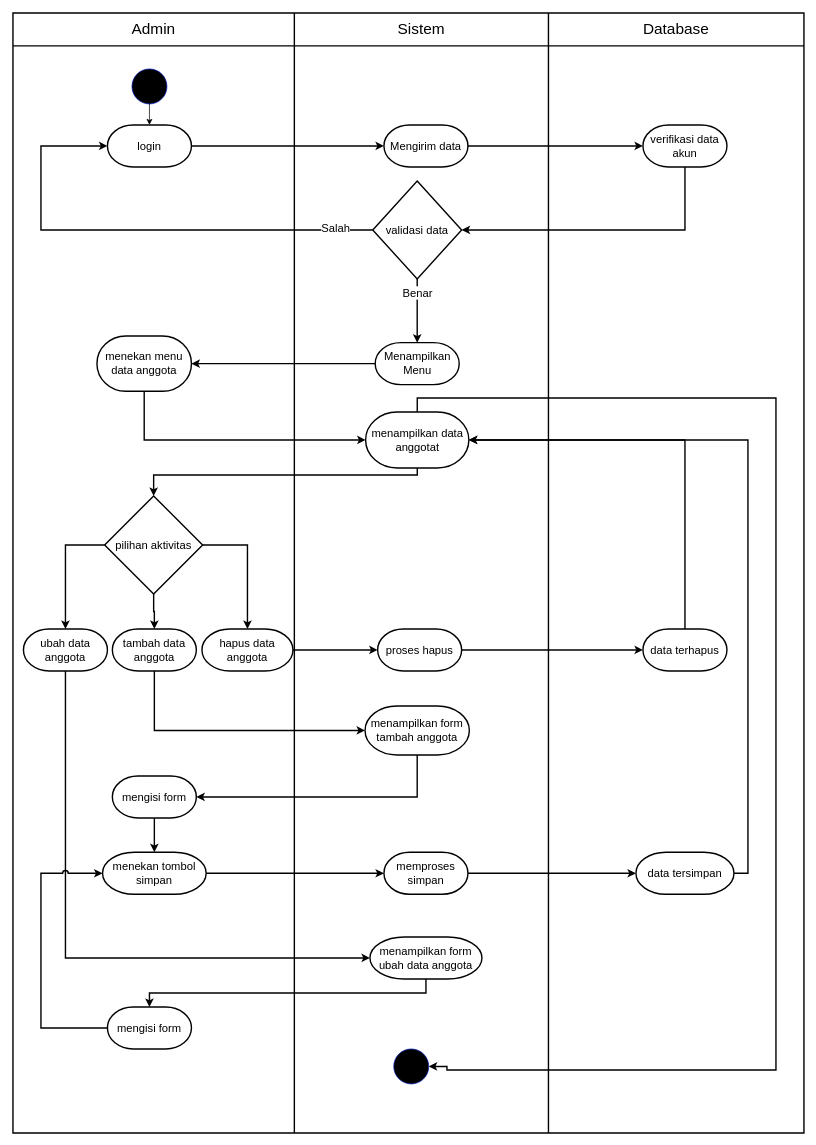
MHDHASBYNAZARUDIN/diagram keeps this draw.io diagram as Activity Diagram Data Laporan Admin.drawio. Above is the earlier version. Source tidied: cells renumbered, new cells numbered last; positions are measured from the earlier drawing's top-left corner, leaving out a move shared by most shapes. Both pictures are drawn from the tidied source at 70%, with x=0, y=0 at pixel (13, 13).
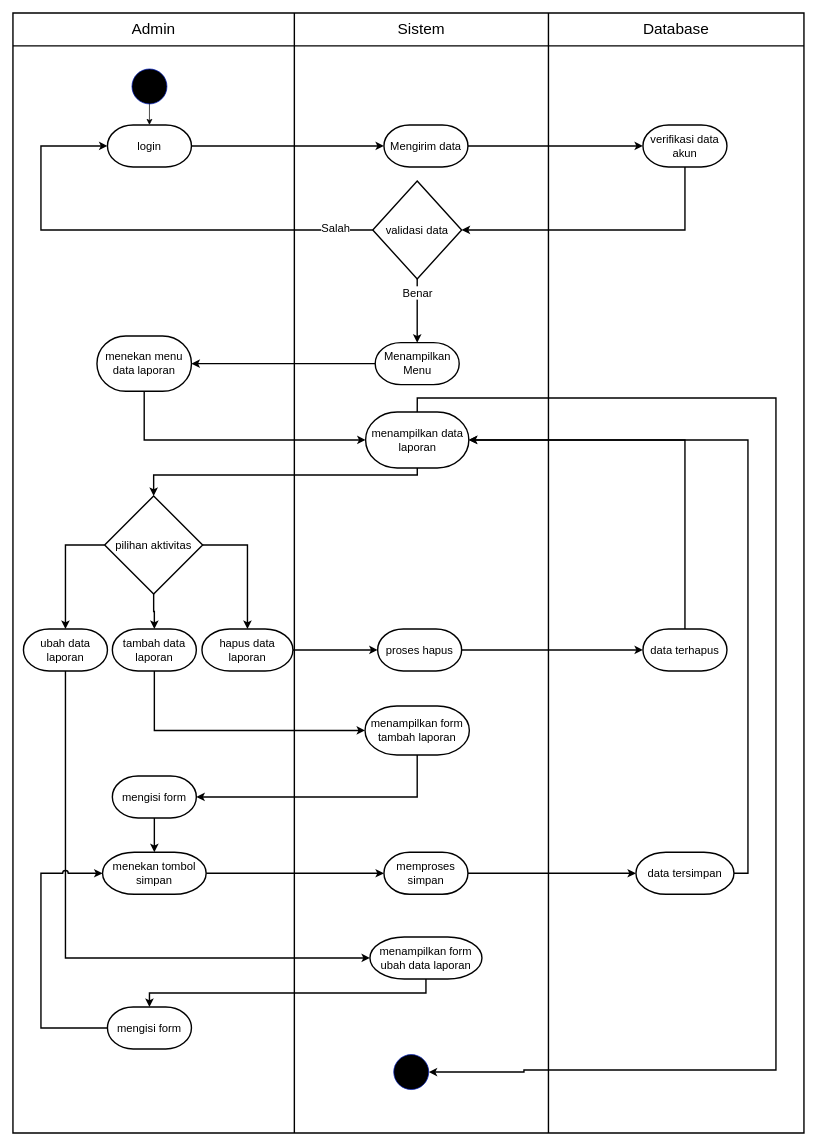
After the change.

The edit, as a diff of the source:
```diff
@@
-    <mxCell id="26" value="&lt;font style=&quot;font-size: 16px&quot;&gt;menekan menu data anggota&lt;/font&gt;" style="strokeWidth=2;html=1;shape=mxgraph.flowchart.terminator;whiteSpace=wrap;fillColor=#FFFFFF;" parent="1" vertex="1">
+    <mxCell id="26" value="&lt;font style=&quot;font-size: 16px&quot;&gt;menekan menu data laporan&lt;/font&gt;" style="strokeWidth=2;html=1;shape=mxgraph.flowchart.terminator;whiteSpace=wrap;fillColor=#FFFFFF;" parent="1" vertex="1">
       <mxGeometry x="120" y="461.5" width="135" height="79" as="geometry" />
     </mxCell>
@@
     <mxCell id="28" style="edgeStyle=orthogonalEdgeStyle;rounded=0;jumpStyle=arc;jettySize=auto;html=1;exitX=0.5;exitY=0;exitDx=0;exitDy=0;exitPerimeter=0;entryX=1;entryY=0.5;entryDx=0;entryDy=0;fontSize=16;startArrow=none;startFill=0;endArrow=classic;endFill=1;endSize=6;strokeColor=default;strokeWidth=2;" parent="1" edge="1" source="29" target="58">
       <mxGeometry relative="1" as="geometry">
         <Array as="points">
           <mxPoint x="578" y="550" />
           <mxPoint x="1090" y="550" />
           <mxPoint x="1090" y="1510" />
-          <mxPoint x="620" y="1510" />
-          <mxPoint x="620" y="1505" />
-          <mxPoint x="594" y="1505" />
+          <mxPoint x="730" y="1510" />
+          <mxPoint x="730" y="1513" />
         </Array>
       </mxGeometry>
     </mxCell>
-    <mxCell id="29" value="&lt;font style=&quot;font-size: 16px&quot;&gt;menampilkan data anggotat&lt;/font&gt;" style="strokeWidth=2;html=1;shape=mxgraph.flowchart.terminator;whiteSpace=wrap;fillColor=#FFFFFF;" parent="1" vertex="1">
+    <mxCell id="29" value="&lt;font style=&quot;font-size: 16px&quot;&gt;menampilkan data laporan&lt;/font&gt;" style="strokeWidth=2;html=1;shape=mxgraph.flowchart.terminator;whiteSpace=wrap;fillColor=#FFFFFF;" parent="1" vertex="1">
       <mxGeometry x="503.8" y="570" width="147.5" height="80" as="geometry" />
     </mxCell>
@@
-    <mxCell id="35" value="&lt;font style=&quot;font-size: 16px&quot;&gt;ubah data anggota&lt;/font&gt;" style="strokeWidth=2;html=1;shape=mxgraph.flowchart.terminator;whiteSpace=wrap;fillColor=#FFFFFF;" parent="1" vertex="1">
+    <mxCell id="35" value="&lt;font style=&quot;font-size: 16px&quot;&gt;ubah data laporan&lt;/font&gt;" style="strokeWidth=2;html=1;shape=mxgraph.flowchart.terminator;whiteSpace=wrap;fillColor=#FFFFFF;" parent="1" vertex="1">
       <mxGeometry x="15" y="880" width="120" height="60" as="geometry" />
     </mxCell>
@@
-    <mxCell id="37" value="&lt;span style=&quot;font-size: 16px&quot;&gt;tambah data anggota&lt;/span&gt;" style="strokeWidth=2;html=1;shape=mxgraph.flowchart.terminator;whiteSpace=wrap;fillColor=#FFFFFF;" parent="1" vertex="1">
+    <mxCell id="37" value="&lt;span style=&quot;font-size: 16px&quot;&gt;tambah data laporan&lt;/span&gt;" style="strokeWidth=2;html=1;shape=mxgraph.flowchart.terminator;whiteSpace=wrap;fillColor=#FFFFFF;" parent="1" vertex="1">
       <mxGeometry x="142" y="880" width="120" height="60" as="geometry" />
     </mxCell>
@@
-    <mxCell id="39" value="&lt;font style=&quot;font-size: 16px&quot;&gt;hapus data anggota&lt;/font&gt;" style="strokeWidth=2;html=1;shape=mxgraph.flowchart.terminator;whiteSpace=wrap;fillColor=#FFFFFF;" parent="1" vertex="1">
+    <mxCell id="39" value="&lt;font style=&quot;font-size: 16px&quot;&gt;hapus data laporan&lt;/font&gt;" style="strokeWidth=2;html=1;shape=mxgraph.flowchart.terminator;whiteSpace=wrap;fillColor=#FFFFFF;" parent="1" vertex="1">
       <mxGeometry x="270" y="880" width="130" height="60" as="geometry" />
     </mxCell>
@@
-    <mxCell id="45" value="&lt;font style=&quot;font-size: 16px&quot;&gt;menampilkan form tambah anggota&lt;/font&gt;" style="strokeWidth=2;html=1;shape=mxgraph.flowchart.terminator;whiteSpace=wrap;fillColor=#FFFFFF;" parent="1" vertex="1">
+    <mxCell id="45" value="&lt;font style=&quot;font-size: 16px&quot;&gt;menampilkan form tambah laporan&lt;/font&gt;" style="strokeWidth=2;html=1;shape=mxgraph.flowchart.terminator;whiteSpace=wrap;fillColor=#FFFFFF;" parent="1" vertex="1">
       <mxGeometry x="503" y="990" width="149" height="70" as="geometry" />
     </mxCell>
@@
-    <mxCell id="55" value="&lt;font style=&quot;font-size: 16px&quot;&gt;menampilkan form ubah data anggota&lt;/font&gt;" style="strokeWidth=2;html=1;shape=mxgraph.flowchart.terminator;whiteSpace=wrap;fillColor=#FFFFFF;" parent="1" vertex="1">
+    <mxCell id="55" value="&lt;font style=&quot;font-size: 16px&quot;&gt;menampilkan form ubah data laporan&lt;/font&gt;" style="strokeWidth=2;html=1;shape=mxgraph.flowchart.terminator;whiteSpace=wrap;fillColor=#FFFFFF;" parent="1" vertex="1">
       <mxGeometry x="510" y="1320" width="160" height="60" as="geometry" />
     </mxCell>
@@
     <mxCell id="58" style="ellipse;whiteSpace=wrap;html=1;fillColor=#000000;fontColor=#ffffff;strokeColor=#001DBC;" parent="1" vertex="1">
-      <mxGeometry x="544" y="1480" width="50" height="50" as="geometry" />
+      <mxGeometry x="544" y="1488" width="50" height="50" as="geometry" />
     </mxCell>
```
